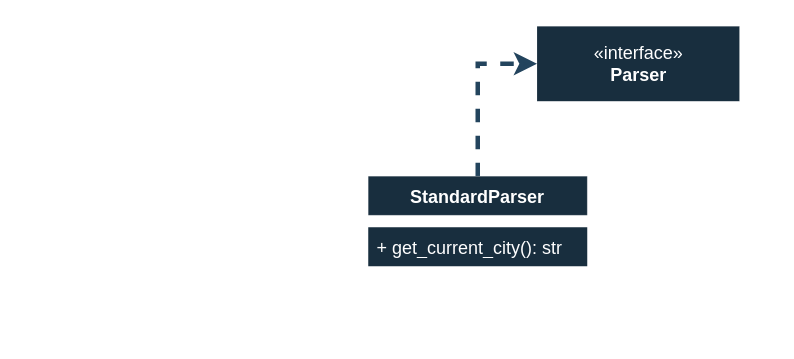
CBeredIOk/Weather_App keeps this draw.io diagram as page "Interface <Parser>" (5 of 6) of assets/Weather_App.drawio. Above is the earlier version. Source tidied: cells renumbered, new cells numbered last; positions are measured from the earlier drawing's top-left corner, leaving out a move shared by most shapes. Both pictures are drawn from the tidied source at 150%, with x=0, y=0 at pixel (368, 26).
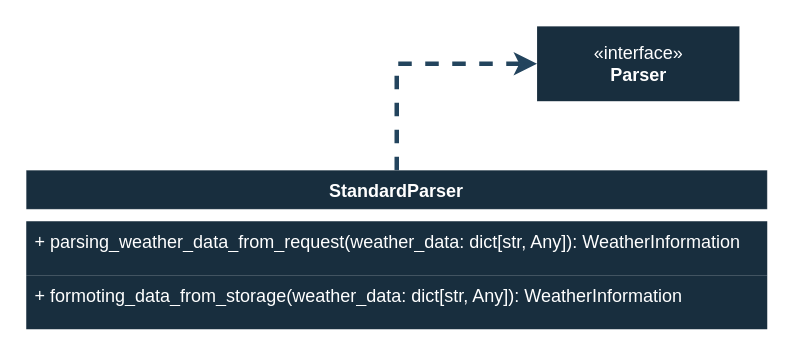
After the change.

The edit, as a diff of the source:
```diff
@@
 <mxGraphModel>
   <root>
     <mxCell id="0" />
     <mxCell id="1" parent="0" />
     <mxCell id="2" value="«interface»&lt;br&gt;&lt;b&gt;Parser&lt;/b&gt;" style="html=1;whiteSpace=wrap;labelBackgroundColor=none;fillColor=#182E3E;strokeColor=#FFFFFF;fontColor=#FFFFFF;strokeWidth=0;" parent="1" vertex="1">
       <mxGeometry x="112.5" width="135" height="50" as="geometry" />
     </mxCell>
     <mxCell id="3" style="edgeStyle=orthogonalEdgeStyle;rounded=0;jettySize=auto;html=1;exitX=0.5;exitY=0;exitDx=0;exitDy=0;entryX=0;entryY=0.5;entryDx=0;entryDy=0;endArrow=classic;endFill=1;dashed=1;labelBackgroundColor=none;strokeColor=#23445D;fontColor=default;strokeWidth=3;" parent="1" edge="1" source="4" target="2">
       <mxGeometry relative="1" as="geometry" />
     </mxCell>
     <mxCell id="4" value="StandardParser" style="swimlane;fontStyle=1;align=center;verticalAlign=top;horizontal=1;startSize=26;whiteSpace=wrap;html=1;labelBackgroundColor=none;fillColor=#182E3E;strokeColor=#FFFFFF;fontColor=#FFFFFF;strokeWidth=0;" parent="1" vertex="1">
-      <mxGeometry y="100" width="146" height="60" as="geometry" />
+      <mxGeometry x="-228" y="96" width="494" height="106" as="geometry" />
     </mxCell>
     <mxCell id="5" style="line;strokeWidth=1;fillColor=none;align=left;verticalAlign=middle;spacingTop=-1;spacingLeft=3;spacingRight=3;labelPosition=right;strokeColor=#FFFFFF;labelBackgroundColor=none;fontColor=#FFFFFF;" parent="4" vertex="1">
-      <mxGeometry y="26" width="146" height="8" as="geometry" />
+      <mxGeometry y="26" width="494" height="8" as="geometry" />
     </mxCell>
-    <mxCell id="6" value="+ get_current_city(): str" style="text;strokeColor=none;fillColor=#182E3E;align=left;verticalAlign=top;spacingLeft=4;spacingRight=4;overflow=hidden;whiteSpace=wrap;html=1;labelBackgroundColor=none;fontColor=#FFFFFF;" parent="4" vertex="1">
-      <mxGeometry y="34" width="146" height="26" as="geometry" />
+    <mxCell id="6" value="+ parsing_weather_data_from_request(weather_data: dict[str, Any]): WeatherInformation" style="text;strokeColor=none;fillColor=#182E3E;align=left;verticalAlign=top;spacingLeft=4;spacingRight=4;overflow=hidden;whiteSpace=wrap;html=1;labelBackgroundColor=none;fontColor=#FFFFFF;" parent="4" vertex="1">
+      <mxGeometry y="34" width="494" height="36" as="geometry" />
     </mxCell>
+    <mxCell id="7" value="+ formoting_data_from_storage(weather_data: dict[str, Any]): WeatherInformation" style="text;strokeColor=none;fillColor=#182E3E;align=left;verticalAlign=top;spacingLeft=4;spacingRight=4;overflow=hidden;whiteSpace=wrap;html=1;labelBackgroundColor=none;fontColor=#FFFFFF;" parent="4" vertex="1">
+      <mxGeometry y="70" width="494" height="36" as="geometry" />
+    </mxCell>
   </root>
 </mxGraphModel>
```
